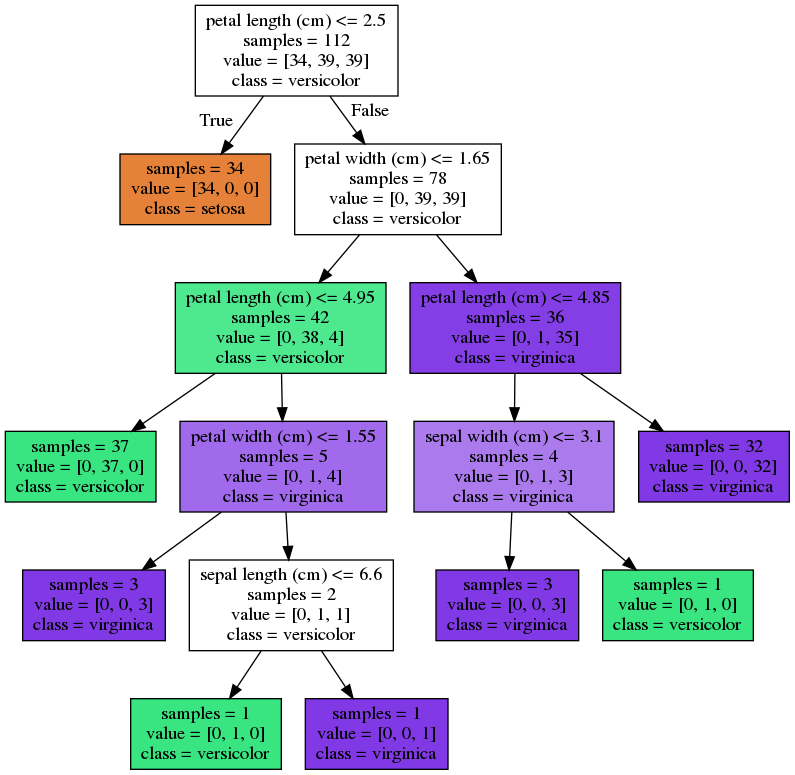
Before: arbol.png, a diagram exported from Graphviz (WladIMirG/PythonML). Its source is kept beside it as arbol.dot.
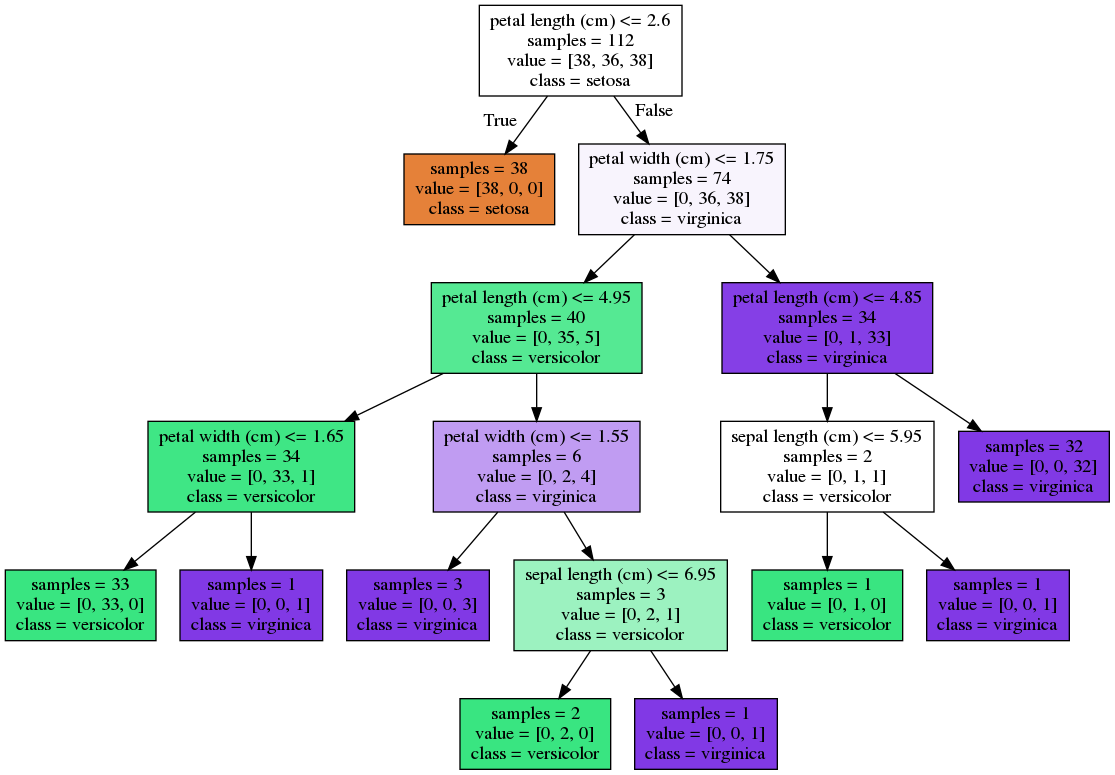
The same diagram one commit later.

Commit message:
Arbol de desiciones con graficas

What changed in the source:
```diff
@@ -1,32 +1,36 @@
 digraph Tree {
 node [shape=box, style="filled", color="black"] ;
-0 [label="petal length (cm) <= 2.5\nsamples = 112\nvalue = [34, 39, 39]\nclass = versicolor", fillcolor="#39e58100"] ;
-1 [label="samples = 34\nvalue = [34, 0, 0]\nclass = setosa", fillcolor="#e58139ff"] ;
+0 [label="petal length (cm) <= 2.6\nsamples = 112\nvalue = [38, 36, 38]\nclass = setosa", fillcolor="#e5813900"] ;
+1 [label="samples = 38\nvalue = [38, 0, 0]\nclass = setosa", fillcolor="#e58139ff"] ;
 0 -> 1 [labeldistance=2.5, labelangle=45, headlabel="True"] ;
-2 [label="petal width (cm) <= 1.65\nsamples = 78\nvalue = [0, 39, 39]\nclass = versicolor", fillcolor="#39e58100"] ;
+2 [label="petal width (cm) <= 1.75\nsamples = 74\nvalue = [0, 36, 38]\nclass = virginica", fillcolor="#8139e50d"] ;
 0 -> 2 [labeldistance=2.5, labelangle=-45, headlabel="False"] ;
-3 [label="petal length (cm) <= 4.95\nsamples = 42\nvalue = [0, 38, 4]\nclass = versicolor", fillcolor="#39e581e4"] ;
+3 [label="petal length (cm) <= 4.95\nsamples = 40\nvalue = [0, 35, 5]\nclass = versicolor", fillcolor="#39e581db"] ;
 2 -> 3 ;
-4 [label="samples = 37\nvalue = [0, 37, 0]\nclass = versicolor", fillcolor="#39e581ff"] ;
+4 [label="petal width (cm) <= 1.65\nsamples = 34\nvalue = [0, 33, 1]\nclass = versicolor", fillcolor="#39e581f7"] ;
 3 -> 4 ;
-5 [label="petal width (cm) <= 1.55\nsamples = 5\nvalue = [0, 1, 4]\nclass = virginica", fillcolor="#8139e5bf"] ;
-3 -> 5 ;
-6 [label="samples = 3\nvalue = [0, 0, 3]\nclass = virginica", fillcolor="#8139e5ff"] ;
-5 -> 6 ;
-7 [label="sepal length (cm) <= 6.6\nsamples = 2\nvalue = [0, 1, 1]\nclass = versicolor", fillcolor="#39e58100"] ;
-5 -> 7 ;
-8 [label="samples = 1\nvalue = [0, 1, 0]\nclass = versicolor", fillcolor="#39e581ff"] ;
+5 [label="samples = 33\nvalue = [0, 33, 0]\nclass = versicolor", fillcolor="#39e581ff"] ;
+4 -> 5 ;
+6 [label="samples = 1\nvalue = [0, 0, 1]\nclass = virginica", fillcolor="#8139e5ff"] ;
+4 -> 6 ;
+7 [label="petal width (cm) <= 1.55\nsamples = 6\nvalue = [0, 2, 4]\nclass = virginica", fillcolor="#8139e57f"] ;
+3 -> 7 ;
+8 [label="samples = 3\nvalue = [0, 0, 3]\nclass = virginica", fillcolor="#8139e5ff"] ;
 7 -> 8 ;
-9 [label="samples = 1\nvalue = [0, 0, 1]\nclass = virginica", fillcolor="#8139e5ff"] ;
+9 [label="sepal length (cm) <= 6.95\nsamples = 3\nvalue = [0, 2, 1]\nclass = versicolor", fillcolor="#39e5817f"] ;
 7 -> 9 ;
-10 [label="petal length (cm) <= 4.85\nsamples = 36\nvalue = [0, 1, 35]\nclass = virginica", fillcolor="#8139e5f8"] ;
-2 -> 10 ;
-11 [label="sepal width (cm) <= 3.1\nsamples = 4\nvalue = [0, 1, 3]\nclass = virginica", fillcolor="#8139e5aa"] ;
-10 -> 11 ;
-12 [label="samples = 3\nvalue = [0, 0, 3]\nclass = virginica", fillcolor="#8139e5ff"] ;
-11 -> 12 ;
-13 [label="samples = 1\nvalue = [0, 1, 0]\nclass = versicolor", fillcolor="#39e581ff"] ;
-11 -> 13 ;
-14 [label="samples = 32\nvalue = [0, 0, 32]\nclass = virginica", fillcolor="#8139e5ff"] ;
-10 -> 14 ;
+10 [label="samples = 2\nvalue = [0, 2, 0]\nclass = versicolor", fillcolor="#39e581ff"] ;
+9 -> 10 ;
+11 [label="samples = 1\nvalue = [0, 0, 1]\nclass = virginica", fillcolor="#8139e5ff"] ;
+9 -> 11 ;
+12 [label="petal length (cm) <= 4.85\nsamples = 34\nvalue = [0, 1, 33]\nclass = virginica", fillcolor="#8139e5f7"] ;
+2 -> 12 ;
+13 [label="sepal length (cm) <= 5.95\nsamples = 2\nvalue = [0, 1, 1]\nclass = versicolor", fillcolor="#39e58100"] ;
+12 -> 13 ;
+14 [label="samples = 1\nvalue = [0, 1, 0]\nclass = versicolor", fillcolor="#39e581ff"] ;
+13 -> 14 ;
+15 [label="samples = 1\nvalue = [0, 0, 1]\nclass = virginica", fillcolor="#8139e5ff"] ;
+13 -> 15 ;
+16 [label="samples = 32\nvalue = [0, 0, 32]\nclass = virginica", fillcolor="#8139e5ff"] ;
+12 -> 16 ;
 }
```
